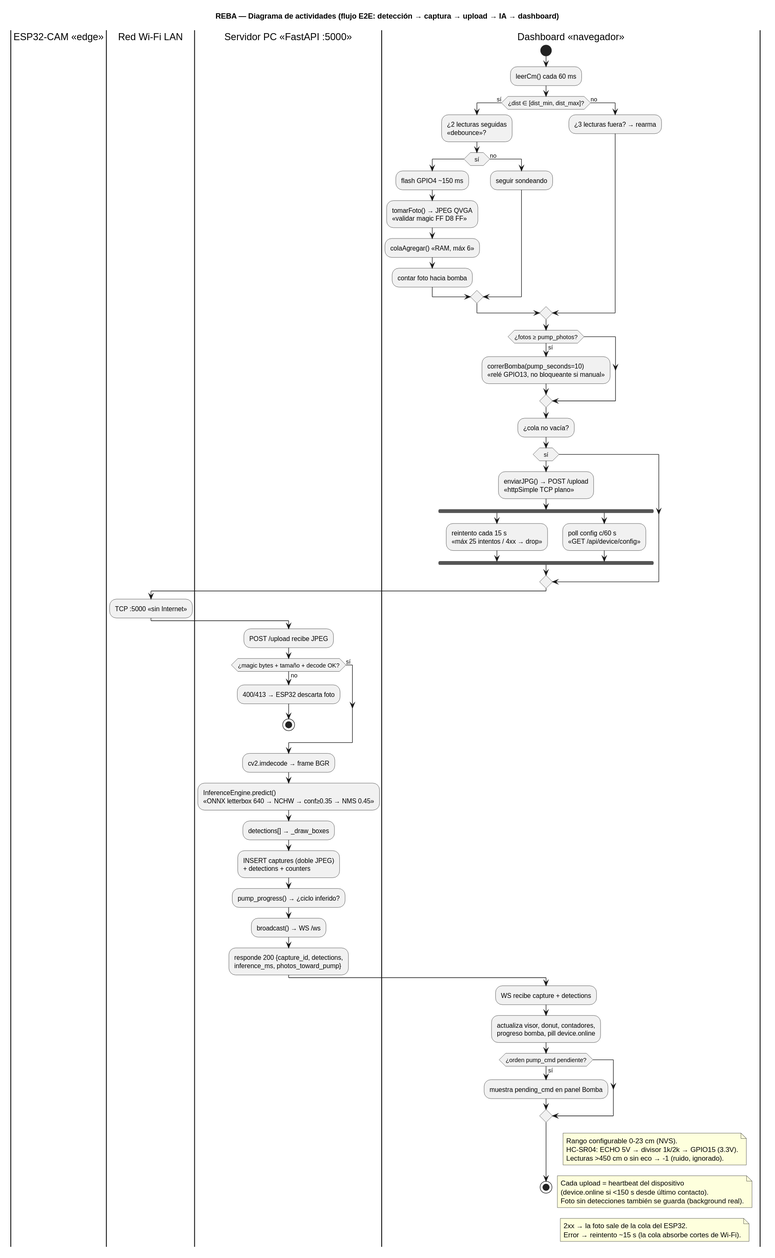
Above: docs/diagramas/uml/08_diagrama_actividades.svg in SebasHdez2006/reba_project (PlantUML), before the change. Its diagram source:
```plantuml
@startuml
title REBA — Diagrama de actividades (flujo E2E: detección → captura → upload → IA → dashboard)

skinparam swimlaneStyle plain

|ESP32-CAM «edge»|
|Red Wi-Fi LAN|
|Servidor PC «FastAPI :5000»|
|Dashboard «navegador»|
start
:leerCm() cada 60 ms;
if (¿dist ∈ [dist_min, dist_max]?) then (sí)
  :¿2 lecturas seguidas\n«debounce»?;
  if (sí) then
    :flash GPIO4 ~150 ms;
    :tomarFoto() → JPEG QVGA\n«validar magic FF D8 FF»;
    :colaAgregar() «RAM, máx 6»;
    :contar foto hacia bomba;
  else (no)
    :seguir sondeando;
  endif
else (no)
  :¿3 lecturas fuera? → rearma;
endif

if (¿fotos ≥ pump_photos?) then (sí)
  :correrBomba(pump_seconds=10)\n«relé GPIO13, no bloqueante si manual»;
endif

:¿cola no vacía?;
if (sí) then
  :enviarJPG() → POST /upload\n«httpSimple TCP plano»;
  fork
    :reintento cada 15 s\n«máx 25 intentos / 4xx → drop»;
  fork again
    :poll config c/60 s\n«GET /api/device/config»;
  end fork
endif
|Red Wi-Fi LAN|
:TCP :5000 «sin Internet»;
|Servidor PC «FastAPI :5000»|
:POST /upload recibe JPEG;
if (¿magic bytes + tamaño + decode OK?) then (no)
  :400/413 → ESP32 descarta foto;
  stop
else (sí)
endif
:cv2.imdecode → frame BGR;
:InferenceEngine.predict()\n«ONNX letterbox 640 → NCHW → conf≥0.35 → NMS 0.45»;
:detections[] → _draw_boxes;
:INSERT captures (doble JPEG)\n+ detections + counters;
:pump_progress() → ¿ciclo inferido?;
:broadcast() → WS /ws;
:responde 200 {capture_id, detections,\ninference_ms, photos_toward_pump};
|Dashboard «navegador»|
:WS recibe capture + detections;
:actualiza visor, donut, contadores,\nprogreso bomba, pill device.online;
if (¿orden pump_cmd pendiente?) then (sí)
  :muestra pending_cmd en panel Bomba;
endif
stop

note right
  Rango configurable 0-23 cm (NVS).
  HC-SR04: ECHO 5V → divisor 1k/2k → GPIO15 (3.3V).
  Lecturas >450 cm o sin eco → -1 (ruido, ignorado).
end note

note right
  Cada upload = heartbeat del dispositivo
  (device.online si <150 s desde último contacto).
  Foto sin detecciones también se guarda (background real).
end note

note right
  2xx → la foto sale de la cola del ESP32.
  Error → reintento ~15 s (la cola absorbe cortes de Wi-Fi).
end note
@enduml
```
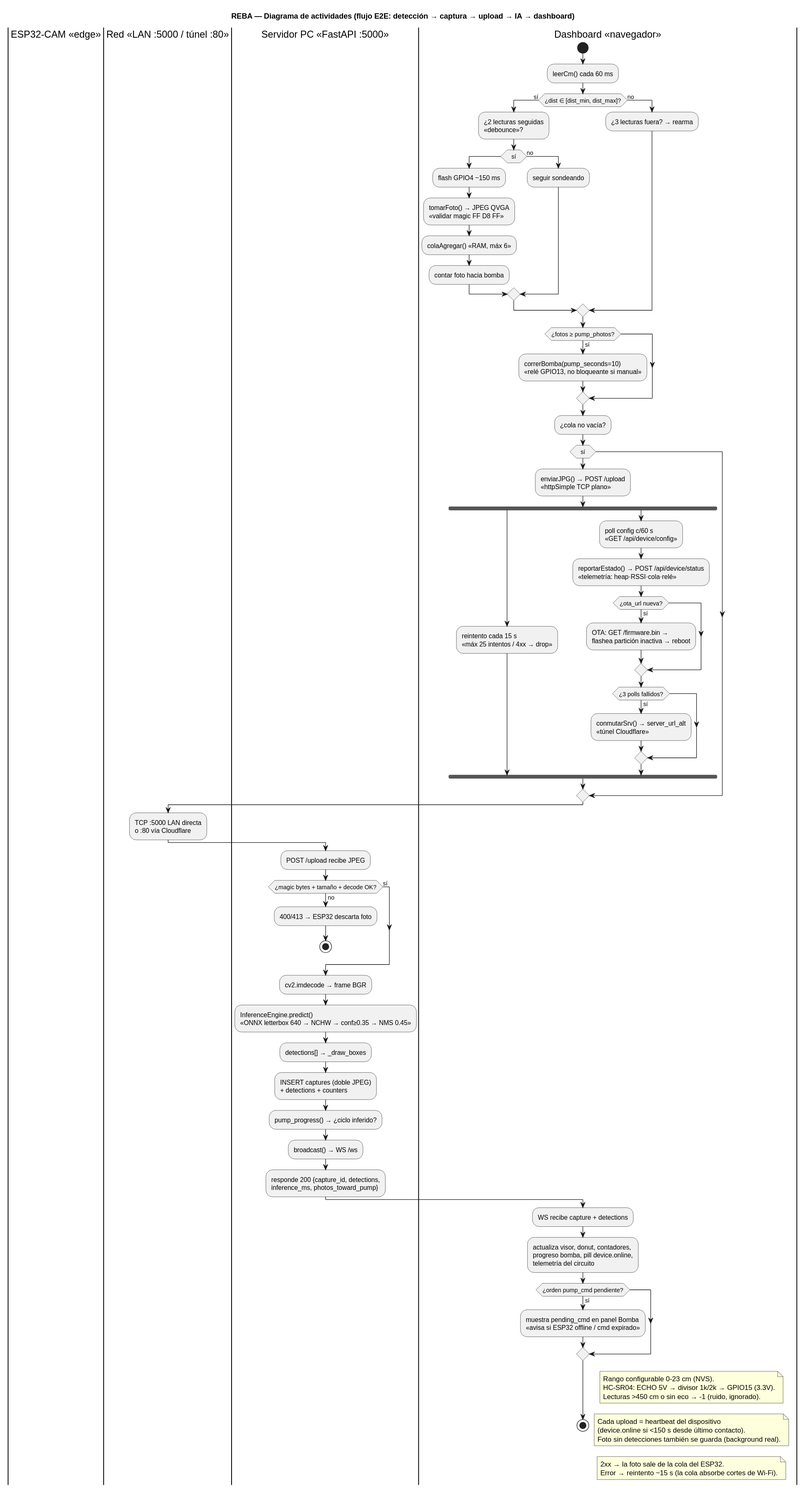
The same diagram one commit later.

The edit, as a diff of the source:
```diff
@@ -4,7 +4,7 @@
 skinparam swimlaneStyle plain
 
 |ESP32-CAM «edge»|
-|Red Wi-Fi LAN|
+|Red «LAN :5000 / túnel :80»|
 |Servidor PC «FastAPI :5000»|
 |Dashboard «navegador»|
 start
@@ -34,10 +34,17 @@
     :reintento cada 15 s\n«máx 25 intentos / 4xx → drop»;
   fork again
     :poll config c/60 s\n«GET /api/device/config»;
+    :reportarEstado() → POST /api/device/status\n«telemetría: heap·RSSI·cola·relé»;
+    if (¿ota_url nueva?) then (sí)
+      :OTA: GET /firmware.bin →\nflashea partición inactiva → reboot;
+    endif
+    if (¿3 polls fallidos?) then (sí)
+      :conmutarSrv() → server_url_alt\n«túnel Cloudflare»;
+    endif
   end fork
 endif
-|Red Wi-Fi LAN|
-:TCP :5000 «sin Internet»;
+|Red «LAN :5000 / túnel :80»|
+:TCP :5000 LAN directa\no :80 vía Cloudflare;
 |Servidor PC «FastAPI :5000»|
 :POST /upload recibe JPEG;
 if (¿magic bytes + tamaño + decode OK?) then (no)
@@ -54,9 +61,9 @@
 :responde 200 {capture_id, detections,\ninference_ms, photos_toward_pump};
 |Dashboard «navegador»|
 :WS recibe capture + detections;
-:actualiza visor, donut, contadores,\nprogreso bomba, pill device.online;
+:actualiza visor, donut, contadores,\nprogreso bomba, pill device.online,\ntelemetría del circuito;
 if (¿orden pump_cmd pendiente?) then (sí)
-  :muestra pending_cmd en panel Bomba;
+  :muestra pending_cmd en panel Bomba\n«avisa si ESP32 offline / cmd expirado»;
 endif
 stop
 
```
